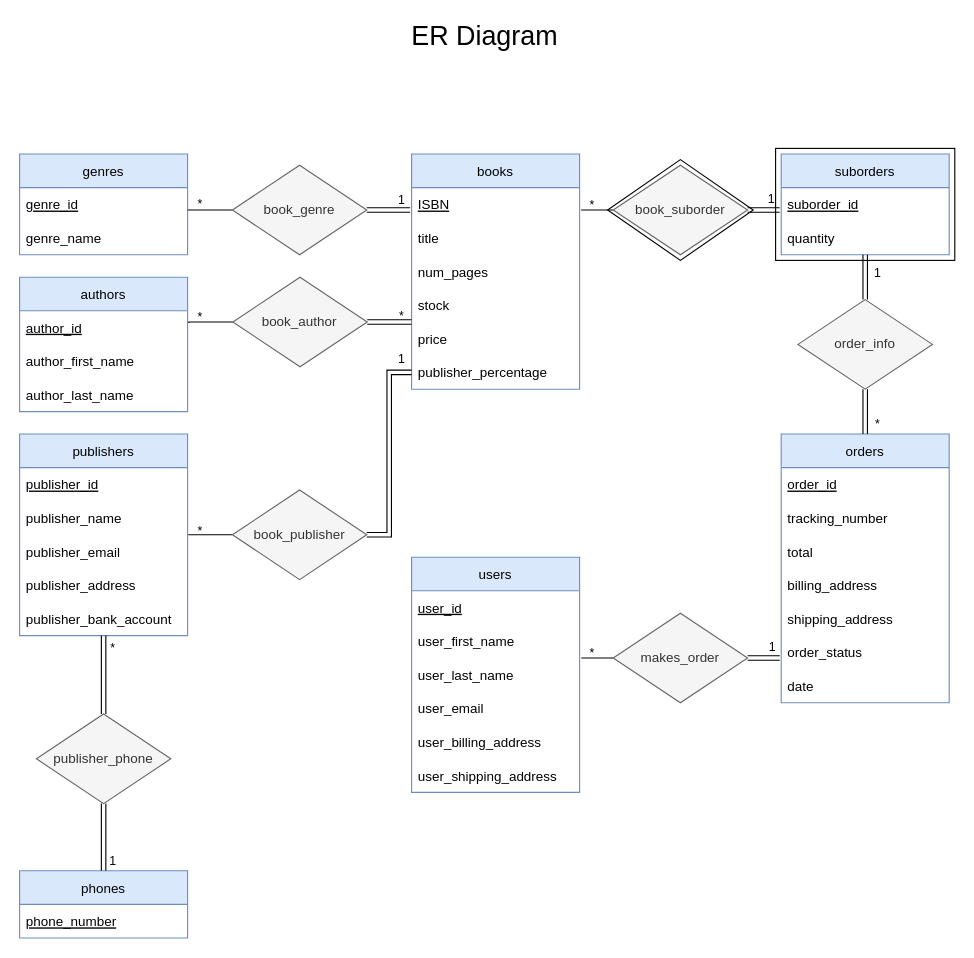
Earlier version of the draw.io diagram Report/Schemas/ER Diagram.drawio (michaeldquach/COMP-3005-Final-Project). Source tidied: cells renumbered, new cells numbered last; positions are measured from the earlier drawing's top-left corner, leaving out a move shared by most shapes. Both pictures are drawn from the tidied source at 112%, with x=0, y=0 at pixel (19, 19).
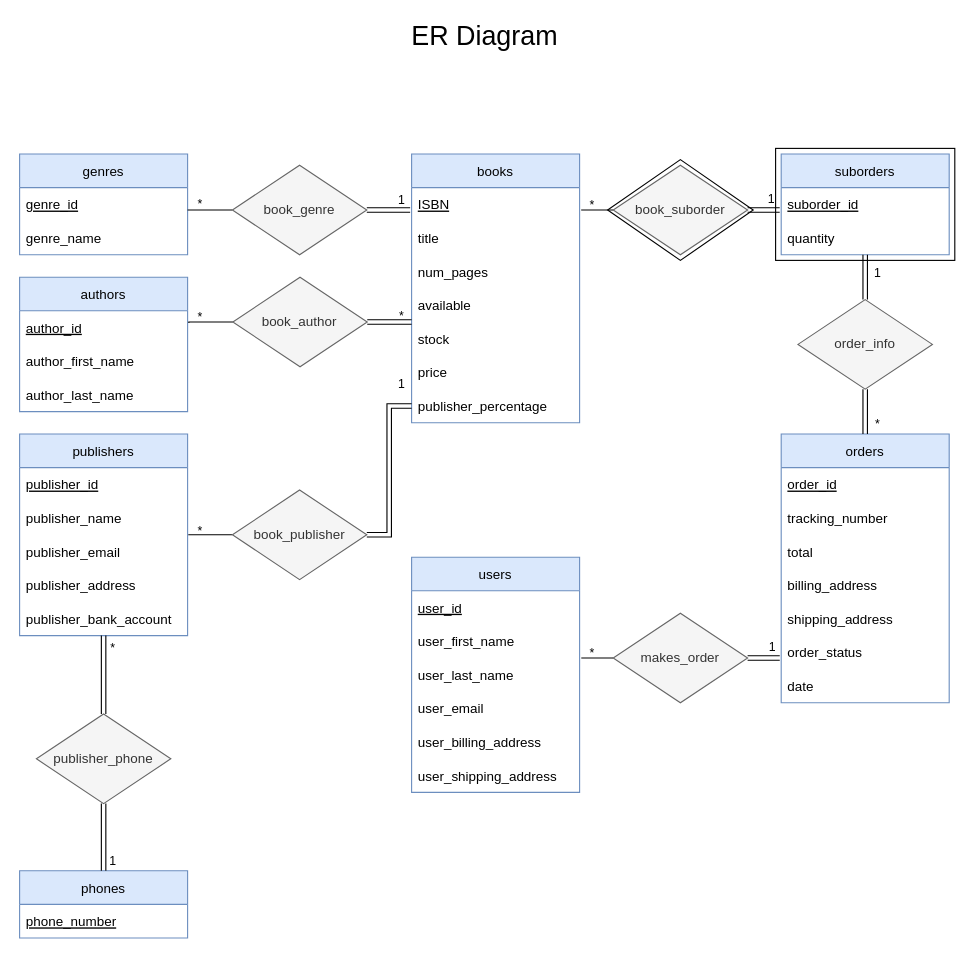
After the change.

Change to the diagram source:
```diff
@@
     <mxCell id="3" value="books" style="swimlane;fontStyle=0;horizontal=1;startSize=30;fillColor=#dae8fc;strokeColor=#6c8ebf;" parent="1" vertex="1">
-      <mxGeometry x="350" y="120" width="150" height="210" as="geometry" />
+      <mxGeometry x="350" y="120" width="150" height="240" as="geometry" />
     </mxCell>
@@
+    <mxCell id="80" value="available" style="text;strokeColor=none;fillColor=none;align=left;verticalAlign=middle;spacingLeft=4;spacingRight=4;overflow=hidden;" parent="3" vertex="1">
+      <mxGeometry y="120" width="150" height="30" as="geometry" />
+    </mxCell>
     <mxCell id="7" value="stock" style="text;strokeColor=none;fillColor=none;align=left;verticalAlign=middle;spacingLeft=4;spacingRight=4;overflow=hidden;" parent="3" vertex="1">
-      <mxGeometry y="120" width="150" height="30" as="geometry" />
+      <mxGeometry y="150" width="150" height="30" as="geometry" />
     </mxCell>
     <mxCell id="8" value="price" style="text;strokeColor=none;fillColor=none;align=left;verticalAlign=middle;spacingLeft=4;spacingRight=4;overflow=hidden;" parent="3" vertex="1">
-      <mxGeometry y="150" width="150" height="30" as="geometry" />
+      <mxGeometry y="180" width="150" height="30" as="geometry" />
     </mxCell>
     <mxCell id="9" value="publisher_percentage" style="text;strokeColor=none;fillColor=none;align=left;verticalAlign=middle;spacingLeft=4;spacingRight=4;overflow=hidden;points=[[0,0.5],[1,0.5]];portConstraint=eastwest;" parent="3" vertex="1">
-      <mxGeometry y="180" width="150" height="30" as="geometry" />
+      <mxGeometry y="210" width="150" height="30" as="geometry" />
     </mxCell>
```
